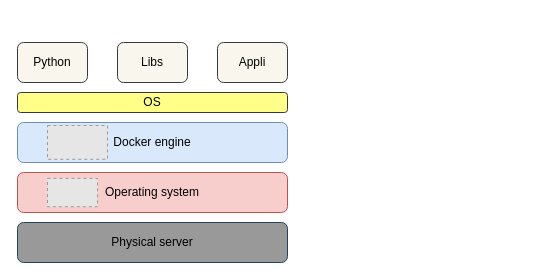
Earlier version of the draw.io diagram docker.drawio (hdakhli/diagrams). Source tidied: cells renumbered, new cells numbered last; positions are measured from the earlier drawing's top-left corner, leaving out a move shared by most shapes. Both pictures are drawn from the tidied source at 100%, with x=0, y=0 at pixel (17, 42). Pictures stored in the file or linked from it are replaced by grey dashed boxes.
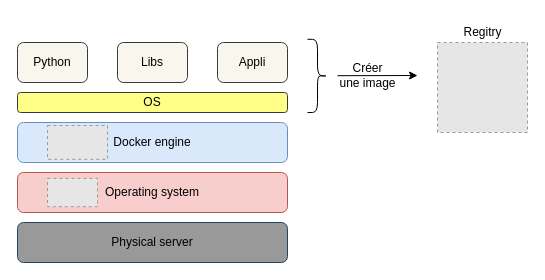
The same page after the edit.

Commit message (it also covers changes not shown here):
Mettre à jour docker.drawio

Diff of the diagram source:
```diff
@@
 <mxGraphModel>
   <root>
     <mxCell id="0" />
     <mxCell id="1" parent="0" />
     <mxCell id="2" value="Operating system" style="rounded=1;whiteSpace=wrap;html=1;fillColor=#f8cecc;strokeColor=#b85450;" parent="1" vertex="1">
       <mxGeometry y="130" width="270" height="40" as="geometry" />
     </mxCell>
     <mxCell id="3" value="Docker engine" style="rounded=1;whiteSpace=wrap;html=1;fillColor=#dae8fc;strokeColor=#6c8ebf;" parent="1" vertex="1">
       <mxGeometry y="80" width="270" height="40" as="geometry" />
     </mxCell>
     <mxCell id="4" value="Physical server" style="rounded=1;whiteSpace=wrap;html=1;fillColor=#999999;strokeColor=#23445d;" parent="1" vertex="1">
       <mxGeometry y="180" width="270" height="40" as="geometry" />
     </mxCell>
     <mxCell id="5" style="fillColor=#E6E6E6;strokeColor=#999999;dashed=1;verticalLabelPosition=bottom;labelBackgroundColor=default;verticalAlign=top;" parent="1" vertex="1">
       <mxGeometry x="30" y="135.9" width="50" height="28.3" as="geometry" />
     </mxCell>
     <mxCell id="6" style="fillColor=#E6E6E6;strokeColor=#999999;dashed=1;verticalLabelPosition=bottom;labelBackgroundColor=default;verticalAlign=top;" parent="1" vertex="1">
       <mxGeometry x="30" y="83" width="60" height="33.8" as="geometry" />
     </mxCell>
     <mxCell id="7" value="OS" style="rounded=1;whiteSpace=wrap;html=1;fillColor=#ffff88;strokeColor=#36393d;" parent="1" vertex="1">
       <mxGeometry y="50" width="270" height="20" as="geometry" />
     </mxCell>
     <mxCell id="8" value="Python" style="rounded=1;whiteSpace=wrap;html=1;fillColor=#f9f7ed;strokeColor=#36393d;" parent="1" vertex="1">
       <mxGeometry width="70" height="40" as="geometry" />
     </mxCell>
     <mxCell id="9" value="Libs" style="rounded=1;whiteSpace=wrap;html=1;fillColor=#f9f7ed;strokeColor=#36393d;" parent="1" vertex="1">
       <mxGeometry x="100" width="70" height="40" as="geometry" />
     </mxCell>
     <mxCell id="10" value="Appli" style="rounded=1;whiteSpace=wrap;html=1;fillColor=#f9f7ed;strokeColor=#36393d;" parent="1" vertex="1">
       <mxGeometry x="200" width="70" height="40" as="geometry" />
     </mxCell>
+    <mxCell id="11" style="shape=curlyBracket;whiteSpace=wrap;html=1;rounded=1;flipH=1;labelPosition=right;verticalLabelPosition=middle;align=left;verticalAlign=middle;fillColor=#999999;" parent="1" vertex="1">
+      <mxGeometry x="290" y="-3.2" width="20" height="73.2" as="geometry" />
+    </mxCell>
+    <mxCell id="12" style="endArrow=classic;html=1;rounded=0;" parent="1" edge="1">
+      <mxGeometry relative="1" as="geometry">
+        <mxPoint x="320" y="33.2" as="sourcePoint" />
+        <mxPoint x="400" y="33" as="targetPoint" />
+      </mxGeometry>
+    </mxCell>
+    <mxCell id="13" value="Créer &lt;br&gt;une image" style="text;html=1;align=center;verticalAlign=middle;strokeColor=none;fillColor=none;" parent="1" vertex="1">
+      <mxGeometry x="310" y="13" width="80" height="40" as="geometry" />
+    </mxCell>
+    <mxCell id="14" style="fillColor=#E6E6E6;strokeColor=#999999;dashed=1;verticalLabelPosition=bottom;labelBackgroundColor=default;verticalAlign=top;" parent="1" vertex="1">
+      <mxGeometry x="420" width="90" height="90" as="geometry" />
+    </mxCell>
+    <mxCell id="15" value="Regitry" style="text;html=1;align=center;verticalAlign=middle;strokeColor=none;fillColor=none;" parent="1" vertex="1">
+      <mxGeometry x="435" y="-25" width="60" height="30" as="geometry" />
+    </mxCell>
   </root>
 </mxGraphModel>
```
